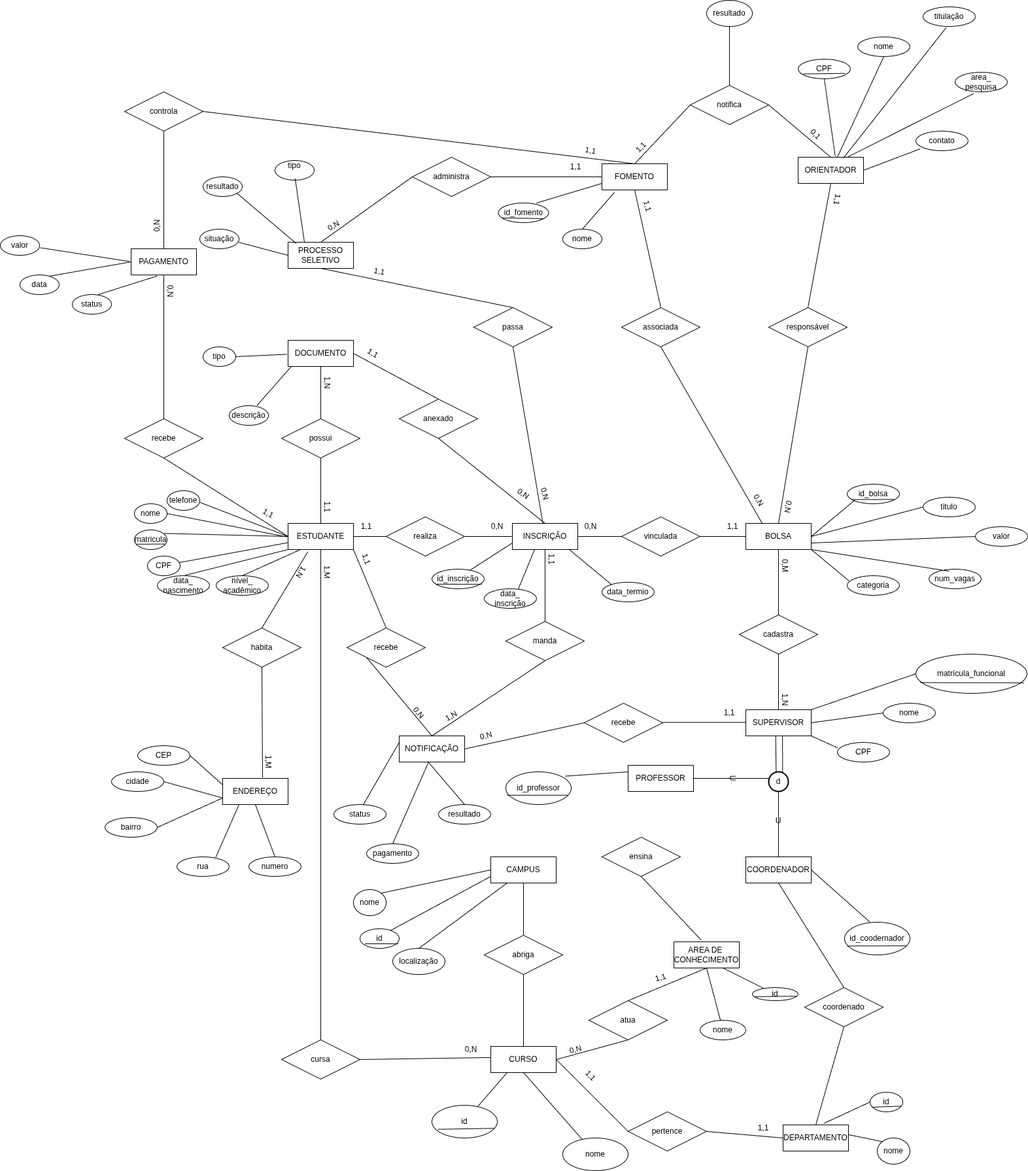
Above: grupo 3.drawio.png in alisonqwe/algoritmo_2_2025.1 (draw.io), before the change. Source tidied: cells renumbered, new cells last; positions are measured from the earlier drawing's top-left corner, leaving out a move shared by most shapes.
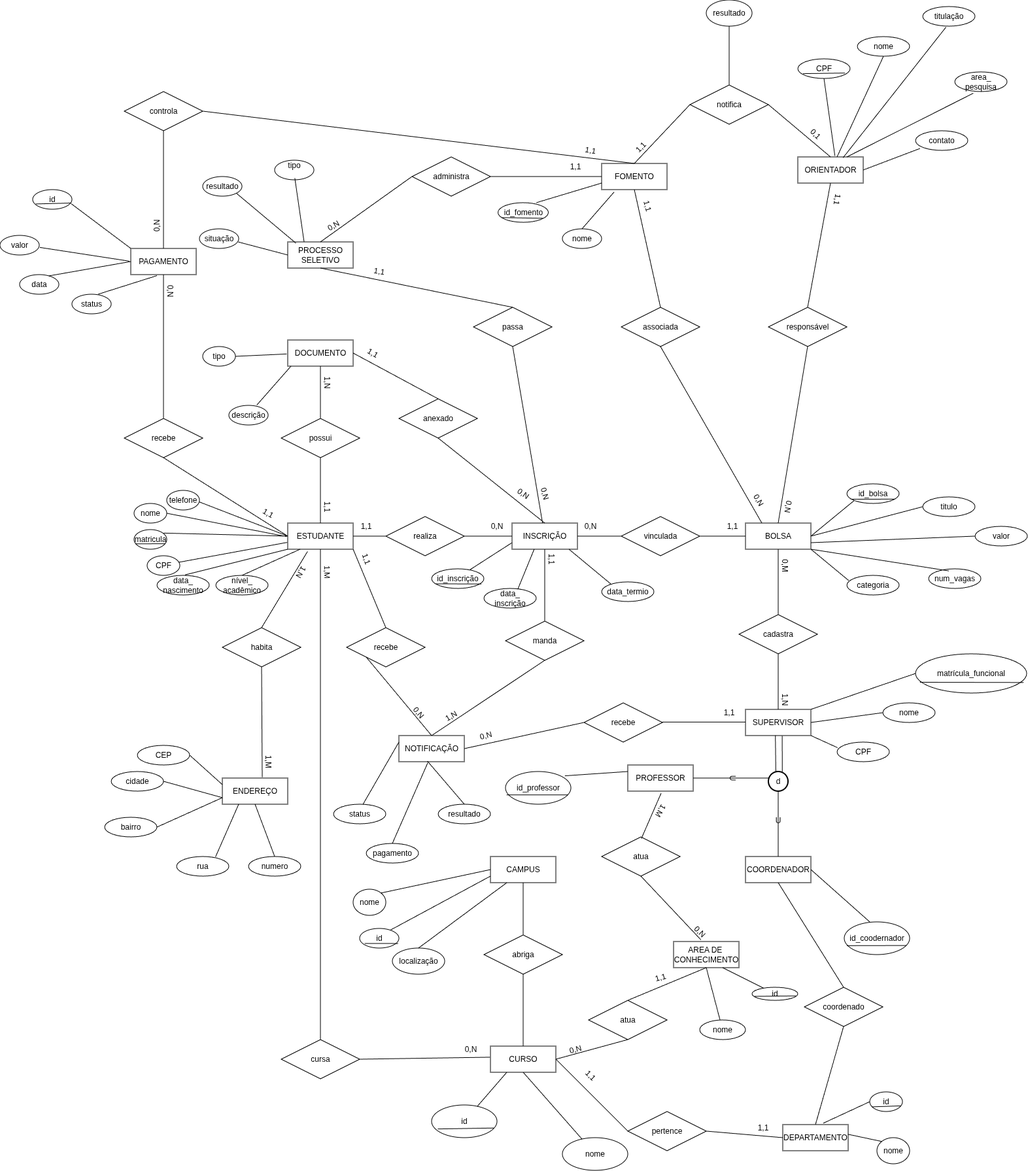
After the change.

Change to the diagram source:
```diff
@@ -244,7 +244,7 @@
     <mxCell id="79" value="abriga" style="shape=rhombus;perimeter=rhombusPerimeter;whiteSpace=wrap;html=1;align=center;" parent="1" vertex="1">
       <mxGeometry x="740" y="1430" width="120" height="60" as="geometry" />
     </mxCell>
-    <mxCell id="80" value="ensina" style="shape=rhombus;perimeter=rhombusPerimeter;whiteSpace=wrap;html=1;align=center;" parent="1" vertex="1">
+    <mxCell id="80" value="atua" style="shape=rhombus;perimeter=rhombusPerimeter;whiteSpace=wrap;html=1;align=center;" parent="1" vertex="1">
       <mxGeometry x="920" y="1280" width="120" height="60" as="geometry" />
     </mxCell>
     <mxCell id="81" value="nome" style="ellipse;whiteSpace=wrap;html=1;" parent="1" vertex="1">
@@ -751,5 +751,23 @@
     <mxCell id="246" style="endArrow=none;html=1;rounded=0;exitX=0.379;exitY=0.028;exitDx=0;exitDy=0;entryX=0.457;entryY=0.993;entryDx=0;entryDy=0;exitPerimeter=0;entryPerimeter=0;" parent="1" edge="1" source="18" target="9">
       <mxGeometry relative="1" as="geometry" />
     </mxCell>
+    <mxCell id="247" value="id" style="ellipse;whiteSpace=wrap;html=1;" parent="1" vertex="1">
+      <mxGeometry x="50" y="290" width="60" height="30" as="geometry" />
+    </mxCell>
+    <mxCell id="248" style="endArrow=none;html=1;rounded=0;entryX=0.978;entryY=0.716;entryDx=0;entryDy=0;exitX=0;exitY=0;exitDx=0;exitDy=0;entryPerimeter=0;" parent="1" edge="1" source="11" target="247">
+      <mxGeometry relative="1" as="geometry" />
+    </mxCell>
+    <mxCell id="249" style="endArrow=none;html=1;rounded=0;entryX=0.075;entryY=0.731;entryDx=0;entryDy=0;exitX=0.979;exitY=0.685;exitDx=0;exitDy=0;entryPerimeter=0;exitPerimeter=0;" parent="1" edge="1" source="247" target="247">
+      <mxGeometry relative="1" as="geometry" />
+    </mxCell>
+    <mxCell id="250" style="endArrow=none;html=1;rounded=0;entryX=0.51;entryY=1.079;entryDx=0;entryDy=0;exitX=0.506;exitY=0.044;exitDx=0;exitDy=0;entryPerimeter=0;exitPerimeter=0;" parent="1" edge="1" source="80" target="6">
+      <mxGeometry relative="1" as="geometry" />
+    </mxCell>
+    <mxCell id="251" value="0,N" style="text;html=1;whiteSpace=wrap;strokeColor=none;fillColor=none;align=center;verticalAlign=middle;rounded=0;rotation=45;" parent="1" vertex="1">
+      <mxGeometry x="1040" y="1410" width="60" height="30" as="geometry" />
+    </mxCell>
+    <mxCell id="252" value="1,M" style="text;html=1;whiteSpace=wrap;strokeColor=none;fillColor=none;align=center;verticalAlign=middle;rounded=0;rotation=120;" parent="1" vertex="1">
+      <mxGeometry x="980" y="1225" width="60" height="30" as="geometry" />
+    </mxCell>
   </root>
 </mxGraphModel>
```
